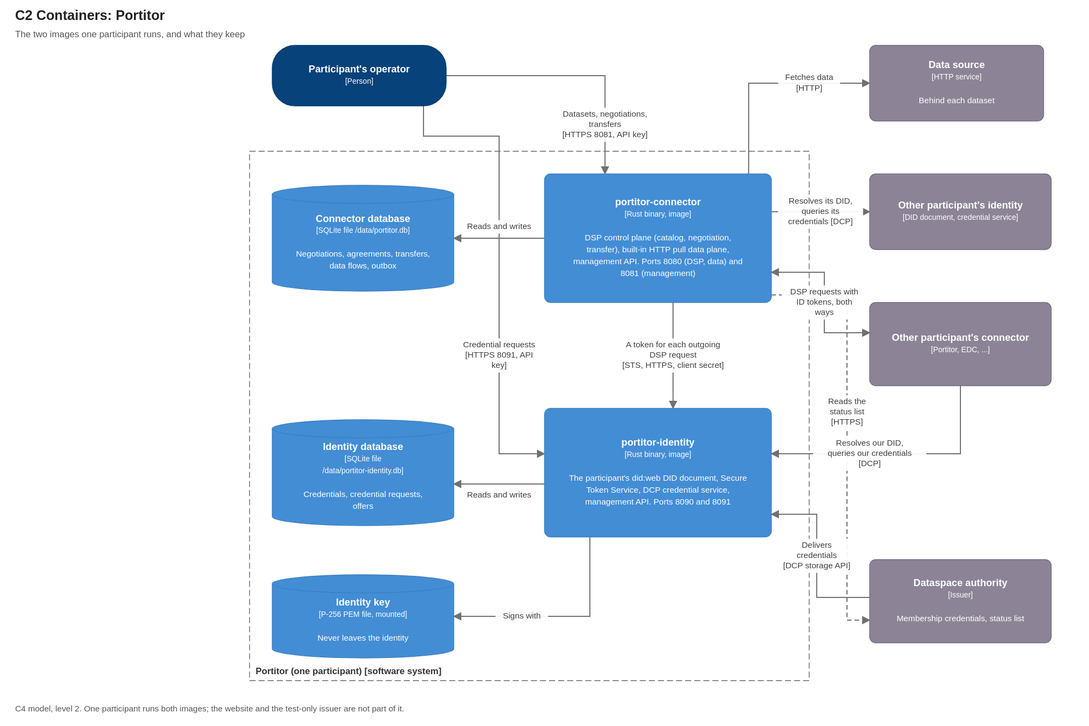
Earlier version of the draw.io export docs/diagrams/c2-containers.drawio.svg (brunopacheco1/ldsc). Source tidied: cells renumbered, new cells last; positions are measured from the earlier drawing's top-left corner, leaving out a move shared by most shapes. Its diagram source:
```xml
<mxGraphModel background="#FFFFFF">
  <root>
    <mxCell id="0" />
    <mxCell id="1" parent="0" />
    <mxCell id="2" value="Portitor (one participant)  [software system]" style="rounded=0;whiteSpace=wrap;html=1;fillColor=none;dashed=1;dashPattern=8 4;strokeColor=#666666;fontColor=#333333;align=left;verticalAlign=bottom;spacingLeft=8;spacingBottom=4;fontSize=12;fontStyle=1;" parent="1" vertex="1">
      <mxGeometry x="310" y="140" width="740" height="700" as="geometry" />
    </mxCell>
    <mxCell id="3" value="&lt;b&gt;Participant&amp;#x27;s operator&lt;/b&gt;&lt;br&gt;&lt;font style=&quot;font-size:10px&quot;&gt;[Person]&lt;/font&gt;" style="rounded=1;arcSize=30;whiteSpace=wrap;html=1;fillColor=#08427B;strokeColor=#073B6F;fontColor=#FFFFFF;fontSize=13;align=center;verticalAlign=middle;c4Kind=person;c4Name=Participant's operator;" parent="1" vertex="1">
      <mxGeometry x="340" width="230" height="80" as="geometry" />
    </mxCell>
    <mxCell id="4" value="&lt;b&gt;Data source&lt;/b&gt;&lt;br&gt;&lt;font style=&quot;font-size:10px&quot;&gt;[HTTP service]&lt;/font&gt;&lt;br&gt;&lt;br&gt;&lt;font style=&quot;font-size:11px&quot;&gt;Behind each dataset&lt;/font&gt;" style="rounded=1;arcSize=8;whiteSpace=wrap;html=1;fillColor=#8C8496;strokeColor=#736782;fontColor=#FFFFFF;fontSize=13;align=center;verticalAlign=middle;c4Kind=external;c4Name=Data source;" parent="1" vertex="1">
      <mxGeometry x="1130" width="230" height="100" as="geometry" />
    </mxCell>
    <mxCell id="5" value="&lt;b&gt;portitor-connector&lt;/b&gt;&lt;br&gt;&lt;font style=&quot;font-size:10px&quot;&gt;[Rust binary, image]&lt;/font&gt;&lt;br&gt;&lt;br&gt;&lt;font style=&quot;font-size:11px&quot;&gt;DSP control plane (catalog, negotiation, transfer), built-in HTTP pull data plane, management API. Ports 8080 (DSP, data) and 8081 (management)&lt;/font&gt;" style="rounded=1;arcSize=8;whiteSpace=wrap;html=1;fillColor=#438DD5;strokeColor=#3C7FC0;fontColor=#FFFFFF;fontSize=13;align=center;verticalAlign=middle;c4Kind=container;c4Name=portitor-connector;" parent="1" vertex="1">
      <mxGeometry x="700" y="170" width="300" height="170" as="geometry" />
    </mxCell>
    <mxCell id="6" value="&lt;b&gt;portitor-identity&lt;/b&gt;&lt;br&gt;&lt;font style=&quot;font-size:10px&quot;&gt;[Rust binary, image]&lt;/font&gt;&lt;br&gt;&lt;br&gt;&lt;font style=&quot;font-size:11px&quot;&gt;The participant&amp;#x27;s did:web DID document, Secure Token Service, DCP credential service, management API. Ports 8090 and 8091&lt;/font&gt;" style="rounded=1;arcSize=8;whiteSpace=wrap;html=1;fillColor=#438DD5;strokeColor=#3C7FC0;fontColor=#FFFFFF;fontSize=13;align=center;verticalAlign=middle;c4Kind=container;c4Name=portitor-identity;" parent="1" vertex="1">
      <mxGeometry x="700" y="480" width="300" height="170" as="geometry" />
    </mxCell>
    <mxCell id="7" value="&lt;b&gt;Connector database&lt;/b&gt;&lt;br&gt;&lt;font style=&quot;font-size:10px&quot;&gt;[SQLite file /data/portitor.db]&lt;/font&gt;&lt;br&gt;&lt;br&gt;&lt;font style=&quot;font-size:11px&quot;&gt;Negotiations, agreements, transfers, data flows, outbox&lt;/font&gt;" style="shape=cylinder3;size=12;boundedLbl=1;whiteSpace=wrap;html=1;fillColor=#438DD5;strokeColor=#3C7FC0;fontColor=#FFFFFF;fontSize=13;align=center;verticalAlign=middle;c4Kind=database;c4Name=Connector database;" parent="1" vertex="1">
      <mxGeometry x="340" y="185" width="240" height="140" as="geometry" />
    </mxCell>
    <mxCell id="8" value="&lt;b&gt;Identity database&lt;/b&gt;&lt;br&gt;&lt;font style=&quot;font-size:10px&quot;&gt;[SQLite file /data/portitor-identity.db]&lt;/font&gt;&lt;br&gt;&lt;br&gt;&lt;font style=&quot;font-size:11px&quot;&gt;Credentials, credential requests, offers&lt;/font&gt;" style="shape=cylinder3;size=12;boundedLbl=1;whiteSpace=wrap;html=1;fillColor=#438DD5;strokeColor=#3C7FC0;fontColor=#FFFFFF;fontSize=13;align=center;verticalAlign=middle;c4Kind=database;c4Name=Identity database;" parent="1" vertex="1">
      <mxGeometry x="340" y="495" width="240" height="140" as="geometry" />
    </mxCell>
    <mxCell id="9" value="&lt;b&gt;Identity key&lt;/b&gt;&lt;br&gt;&lt;font style=&quot;font-size:10px&quot;&gt;[P-256 PEM file, mounted]&lt;/font&gt;&lt;br&gt;&lt;br&gt;&lt;font style=&quot;font-size:11px&quot;&gt;Never leaves the identity&lt;/font&gt;" style="shape=cylinder3;size=12;boundedLbl=1;whiteSpace=wrap;html=1;fillColor=#438DD5;strokeColor=#3C7FC0;fontColor=#FFFFFF;fontSize=13;align=center;verticalAlign=middle;c4Kind=database;c4Name=Identity key;" parent="1" vertex="1">
      <mxGeometry x="340" y="700" width="240" height="110" as="geometry" />
    </mxCell>
    <mxCell id="10" value="&lt;b&gt;Other participant&amp;#x27;s identity&lt;/b&gt;&lt;br&gt;&lt;font style=&quot;font-size:10px&quot;&gt;[DID document, credential service]&lt;/font&gt;" style="rounded=1;arcSize=8;whiteSpace=wrap;html=1;fillColor=#8C8496;strokeColor=#736782;fontColor=#FFFFFF;fontSize=13;align=center;verticalAlign=middle;c4Kind=external;c4Name=Other participant's identity;" parent="1" vertex="1">
      <mxGeometry x="1130" y="170" width="240" height="100" as="geometry" />
    </mxCell>
    <mxCell id="11" value="&lt;b&gt;Other participant&amp;#x27;s connector&lt;/b&gt;&lt;br&gt;&lt;font style=&quot;font-size:10px&quot;&gt;[Portitor, EDC, ...]&lt;/font&gt;" style="rounded=1;arcSize=8;whiteSpace=wrap;html=1;fillColor=#8C8496;strokeColor=#736782;fontColor=#FFFFFF;fontSize=13;align=center;verticalAlign=middle;c4Kind=external;c4Name=Other participant's connector;" parent="1" vertex="1">
      <mxGeometry x="1130" y="340" width="240" height="110" as="geometry" />
    </mxCell>
    <mxCell id="12" value="&lt;b&gt;Dataspace authority&lt;/b&gt;&lt;br&gt;&lt;font style=&quot;font-size:10px&quot;&gt;[Issuer]&lt;/font&gt;&lt;br&gt;&lt;br&gt;&lt;font style=&quot;font-size:11px&quot;&gt;Membership credentials, status list&lt;/font&gt;" style="rounded=1;arcSize=8;whiteSpace=wrap;html=1;fillColor=#8C8496;strokeColor=#736782;fontColor=#FFFFFF;fontSize=13;align=center;verticalAlign=middle;c4Kind=external;c4Name=Dataspace authority;" parent="1" vertex="1">
      <mxGeometry x="1130" y="680" width="240" height="110" as="geometry" />
    </mxCell>
    <mxCell id="13" value="Datasets, negotiations, transfers&#10;[HTTPS 8081, API key]" style="endArrow=blockThin;endFill=1;html=1;rounded=0;strokeColor=#707070;fontSize=11;fontColor=#404040;labelBackgroundColor=#FFFFFF;exitX=1.000;exitY=0.500;exitPerimeter=0;entryX=0.267;entryY=0.000;entryPerimeter=0;" parent="1" edge="1" source="3" target="5">
      <mxGeometry relative="1" as="geometry">
        <Array as="points">
          <mxPoint x="780" y="40" />
        </Array>
      </mxGeometry>
    </mxCell>
    <mxCell id="14" value="Credential requests&#10;[HTTPS 8091, API key]" style="endArrow=blockThin;endFill=1;html=1;rounded=0;strokeColor=#707070;fontSize=11;fontColor=#404040;labelBackgroundColor=#FFFFFF;exitX=0.870;exitY=1.000;exitPerimeter=0;entryX=0.000;entryY=0.353;entryPerimeter=0;" parent="1" edge="1" source="3" target="6">
      <mxGeometry relative="1" as="geometry">
        <Array as="points">
          <mxPoint x="540" y="120" />
          <mxPoint x="640" y="120" />
          <mxPoint x="640" y="540" />
        </Array>
      </mxGeometry>
    </mxCell>
    <mxCell id="15" value="Reads and writes" style="endArrow=blockThin;endFill=1;html=1;rounded=0;strokeColor=#707070;fontSize=11;fontColor=#404040;labelBackgroundColor=#FFFFFF;exitX=0.000;exitY=0.500;exitPerimeter=0;entryX=1.000;entryY=0.500;entryPerimeter=0;" parent="1" edge="1" source="5" target="7">
      <mxGeometry relative="1" as="geometry" />
    </mxCell>
    <mxCell id="16" value="Reads and writes" style="endArrow=blockThin;endFill=1;html=1;rounded=0;strokeColor=#707070;fontSize=11;fontColor=#404040;labelBackgroundColor=#FFFFFF;exitX=0.000;exitY=0.588;exitPerimeter=0;entryX=1.000;entryY=0.607;entryPerimeter=0;" parent="1" edge="1" source="6" target="8">
      <mxGeometry relative="1" as="geometry" />
    </mxCell>
    <mxCell id="17" value="Signs with" style="endArrow=blockThin;endFill=1;html=1;rounded=0;strokeColor=#707070;fontSize=11;fontColor=#404040;labelBackgroundColor=#FFFFFF;exitX=0.200;exitY=1.000;exitPerimeter=0;entryX=1.000;entryY=0.500;entryPerimeter=0;" parent="1" edge="1" source="6" target="9">
      <mxGeometry relative="1" as="geometry">
        <Array as="points">
          <mxPoint x="760" y="755" />
        </Array>
      </mxGeometry>
    </mxCell>
    <mxCell id="18" value="A token for each outgoing DSP request&#10;[STS, HTTPS, client secret]" style="endArrow=blockThin;endFill=1;html=1;rounded=0;strokeColor=#707070;fontSize=11;fontColor=#404040;labelBackgroundColor=#FFFFFF;exitX=0.567;exitY=1.000;exitPerimeter=0;entryX=0.567;entryY=0.000;entryPerimeter=0;" parent="1" edge="1" source="5" target="6">
      <mxGeometry relative="1" as="geometry" />
    </mxCell>
    <mxCell id="19" value="Fetches data&#10;[HTTP]" style="endArrow=blockThin;endFill=1;html=1;rounded=0;strokeColor=#707070;fontSize=11;fontColor=#404040;labelBackgroundColor=#FFFFFF;exitX=0.900;exitY=0.000;exitPerimeter=0;entryX=0.000;entryY=0.500;entryPerimeter=0;" parent="1" edge="1" source="5" target="4">
      <mxGeometry relative="1" as="geometry">
        <Array as="points">
          <mxPoint x="970" y="50" />
        </Array>
      </mxGeometry>
    </mxCell>
    <mxCell id="20" value="Resolves its DID, queries its credentials [DCP]" style="endArrow=blockThin;endFill=1;html=1;rounded=0;strokeColor=#707070;fontSize=11;fontColor=#404040;labelBackgroundColor=#FFFFFF;exitX=1.000;exitY=0.294;exitPerimeter=0;entryX=0.000;entryY=0.500;entryPerimeter=0;" parent="1" edge="1" source="5" target="10">
      <mxGeometry relative="1" as="geometry" />
    </mxCell>
    <mxCell id="21" value="DSP requests with ID tokens, both ways" style="endArrow=blockThin;endFill=1;html=1;rounded=0;strokeColor=#707070;fontSize=11;fontColor=#404040;labelBackgroundColor=#FFFFFF;startArrow=blockThin;startFill=1;exitX=1.000;exitY=0.765;exitPerimeter=0;entryX=0.000;entryY=0.364;entryPerimeter=0;" parent="1" edge="1" source="5" target="11">
      <mxGeometry relative="1" as="geometry">
        <Array as="points">
          <mxPoint x="1070" y="300" />
          <mxPoint x="1070" y="380" />
        </Array>
      </mxGeometry>
    </mxCell>
    <mxCell id="22" value="Resolves our DID, queries our credentials [DCP]" style="endArrow=blockThin;endFill=1;html=1;rounded=0;strokeColor=#707070;fontSize=11;fontColor=#404040;labelBackgroundColor=#FFFFFF;exitX=0.500;exitY=1.000;exitPerimeter=0;entryX=1.000;entryY=0.353;entryPerimeter=0;" parent="1" edge="1" source="11" target="6">
      <mxGeometry relative="1" as="geometry">
        <Array as="points">
          <mxPoint x="1250" y="540" />
        </Array>
      </mxGeometry>
    </mxCell>
    <mxCell id="23" value="Delivers credentials&#10;[DCP storage API]" style="endArrow=blockThin;endFill=1;html=1;rounded=0;strokeColor=#707070;fontSize=11;fontColor=#404040;labelBackgroundColor=#FFFFFF;exitX=0.000;exitY=0.455;exitPerimeter=0;entryX=1.000;entryY=0.824;entryPerimeter=0;" parent="1" edge="1" source="12" target="6">
      <mxGeometry relative="1" as="geometry">
        <Array as="points">
          <mxPoint x="1060" y="730" />
          <mxPoint x="1060" y="620" />
        </Array>
      </mxGeometry>
    </mxCell>
    <mxCell id="24" value="Reads the status list [HTTPS]" style="endArrow=blockThin;endFill=1;html=1;rounded=0;strokeColor=#707070;fontSize=11;fontColor=#404040;labelBackgroundColor=#FFFFFF;dashed=1;exitX=1.000;exitY=0.941;exitPerimeter=0;entryX=0.000;entryY=0.727;entryPerimeter=0;" parent="1" edge="1" source="5" target="12">
      <mxGeometry relative="1" as="geometry">
        <Array as="points">
          <mxPoint x="1100" y="330" />
          <mxPoint x="1100" y="760" />
        </Array>
      </mxGeometry>
    </mxCell>
    <mxCell id="25" value="C4 model, level 2. One participant runs both images; the website and the test-only issuer are not part of it." style="text;html=1;align=left;verticalAlign=top;fontSize=11;fontColor=#555555;whiteSpace=wrap;" parent="1" vertex="1">
      <mxGeometry y="860" width="1400" height="40" as="geometry" />
    </mxCell>
  </root>
</mxGraphModel>
```
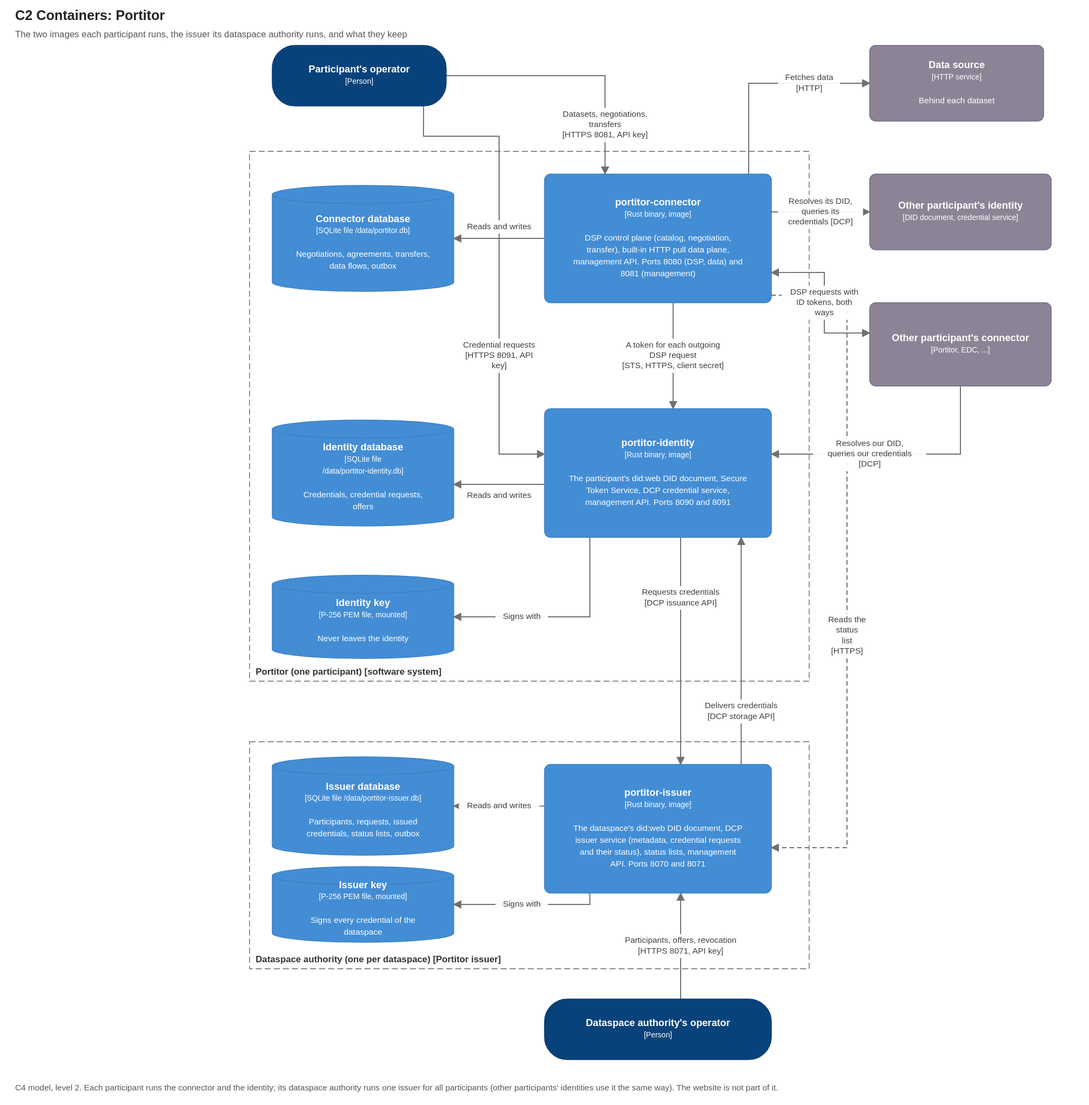
Later version of the same file.

Change to the diagram source:
```diff
@@ -32,9 +32,6 @@
     <mxCell id="11" value="&lt;b&gt;Other participant&amp;#x27;s connector&lt;/b&gt;&lt;br&gt;&lt;font style=&quot;font-size:10px&quot;&gt;[Portitor, EDC, ...]&lt;/font&gt;" style="rounded=1;arcSize=8;whiteSpace=wrap;html=1;fillColor=#8C8496;strokeColor=#736782;fontColor=#FFFFFF;fontSize=13;align=center;verticalAlign=middle;c4Kind=external;c4Name=Other participant's connector;" parent="1" vertex="1">
       <mxGeometry x="1130" y="340" width="240" height="110" as="geometry" />
     </mxCell>
-    <mxCell id="12" value="&lt;b&gt;Dataspace authority&lt;/b&gt;&lt;br&gt;&lt;font style=&quot;font-size:10px&quot;&gt;[Issuer]&lt;/font&gt;&lt;br&gt;&lt;br&gt;&lt;font style=&quot;font-size:11px&quot;&gt;Membership credentials, status list&lt;/font&gt;" style="rounded=1;arcSize=8;whiteSpace=wrap;html=1;fillColor=#8C8496;strokeColor=#736782;fontColor=#FFFFFF;fontSize=13;align=center;verticalAlign=middle;c4Kind=external;c4Name=Dataspace authority;" parent="1" vertex="1">
-      <mxGeometry x="1130" y="680" width="240" height="110" as="geometry" />
-    </mxCell>
     <mxCell id="13" value="Datasets, negotiations, transfers&#10;[HTTPS 8081, API key]" style="endArrow=blockThin;endFill=1;html=1;rounded=0;strokeColor=#707070;fontSize=11;fontColor=#404040;labelBackgroundColor=#FFFFFF;exitX=1.000;exitY=0.500;exitPerimeter=0;entryX=0.267;entryY=0.000;entryPerimeter=0;" parent="1" edge="1" source="3" target="5">
       <mxGeometry relative="1" as="geometry">
         <Array as="points">
@@ -92,24 +89,50 @@
         </Array>
       </mxGeometry>
     </mxCell>
+    <mxCell id="26" value="Dataspace authority (one per dataspace)  [Portitor issuer]" style="rounded=0;whiteSpace=wrap;html=1;fillColor=none;dashed=1;dashPattern=8 4;strokeColor=#666666;fontColor=#333333;align=left;verticalAlign=bottom;spacingLeft=8;spacingBottom=4;fontSize=12;fontStyle=1;" parent="1" vertex="1">
+      <mxGeometry x="310" y="920" width="740" height="300" as="geometry" />
+    </mxCell>
+    <mxCell id="27" value="&lt;b&gt;portitor-issuer&lt;/b&gt;&lt;br&gt;&lt;font style=&quot;font-size:10px&quot;&gt;[Rust binary, image]&lt;/font&gt;&lt;br&gt;&lt;br&gt;&lt;font style=&quot;font-size:11px&quot;&gt;The dataspace&amp;#x27;s did:web DID document, DCP issuer service (metadata, credential requests and their status), status lists, management API. Ports 8070 and 8071&lt;/font&gt;" style="rounded=1;arcSize=8;whiteSpace=wrap;html=1;fillColor=#438DD5;strokeColor=#3C7FC0;fontColor=#FFFFFF;fontSize=13;align=center;verticalAlign=middle;c4Kind=container;c4Name=portitor-issuer;" parent="1" vertex="1">
+      <mxGeometry x="700" y="950" width="300" height="170" as="geometry" />
+    </mxCell>
+    <mxCell id="28" value="&lt;b&gt;Issuer database&lt;/b&gt;&lt;br&gt;&lt;font style=&quot;font-size:10px&quot;&gt;[SQLite file /data/portitor-issuer.db]&lt;/font&gt;&lt;br&gt;&lt;br&gt;&lt;font style=&quot;font-size:11px&quot;&gt;Participants, requests, issued credentials, status lists, outbox&lt;/font&gt;" style="shape=cylinder3;size=12;boundedLbl=1;whiteSpace=wrap;html=1;fillColor=#438DD5;strokeColor=#3C7FC0;fontColor=#FFFFFF;fontSize=13;align=center;verticalAlign=middle;c4Kind=database;c4Name=Issuer database;" parent="1" vertex="1">
+      <mxGeometry x="340" y="940" width="240" height="130" as="geometry" />
+    </mxCell>
+    <mxCell id="29" value="&lt;b&gt;Issuer key&lt;/b&gt;&lt;br&gt;&lt;font style=&quot;font-size:10px&quot;&gt;[P-256 PEM file, mounted]&lt;/font&gt;&lt;br&gt;&lt;br&gt;&lt;font style=&quot;font-size:11px&quot;&gt;Signs every credential of the dataspace&lt;/font&gt;" style="shape=cylinder3;size=12;boundedLbl=1;whiteSpace=wrap;html=1;fillColor=#438DD5;strokeColor=#3C7FC0;fontColor=#FFFFFF;fontSize=13;align=center;verticalAlign=middle;c4Kind=database;c4Name=Issuer key;" parent="1" vertex="1">
+      <mxGeometry x="340" y="1085" width="240" height="100" as="geometry" />
+    </mxCell>
+    <mxCell id="30" value="&lt;b&gt;Dataspace authority&amp;#x27;s operator&lt;/b&gt;&lt;br&gt;&lt;font style=&quot;font-size:10px&quot;&gt;[Person]&lt;/font&gt;" style="rounded=1;arcSize=30;whiteSpace=wrap;html=1;fillColor=#08427B;strokeColor=#073B6F;fontColor=#FFFFFF;fontSize=13;align=center;verticalAlign=middle;c4Kind=person;c4Name=Dataspace authority's operator;" parent="1" vertex="1">
+      <mxGeometry x="700" y="1260" width="300" height="80" as="geometry" />
+    </mxCell>
-    <mxCell id="23" value="Delivers credentials&#10;[DCP storage API]" style="endArrow=blockThin;endFill=1;html=1;rounded=0;strokeColor=#707070;fontSize=11;fontColor=#404040;labelBackgroundColor=#FFFFFF;exitX=0.000;exitY=0.455;exitPerimeter=0;entryX=1.000;entryY=0.824;entryPerimeter=0;" parent="1" edge="1" source="12" target="6">
-      <mxGeometry relative="1" as="geometry">
-        <Array as="points">
-          <mxPoint x="1060" y="730" />
-          <mxPoint x="1060" y="620" />
-        </Array>
-      </mxGeometry>
+    <mxCell id="23" value="Requests credentials&#10;[DCP issuance API]" style="endArrow=blockThin;endFill=1;html=1;rounded=0;strokeColor=#707070;fontSize=11;fontColor=#404040;labelBackgroundColor=#FFFFFF;exitX=0.600;exitY=1.000;exitPerimeter=0;entryX=0.600;entryY=0.000;entryPerimeter=0;" parent="1" edge="1" source="6" target="27">
+      <mxGeometry relative="1" as="geometry" />
     </mxCell>
-    <mxCell id="24" value="Reads the status list [HTTPS]" style="endArrow=blockThin;endFill=1;html=1;rounded=0;strokeColor=#707070;fontSize=11;fontColor=#404040;labelBackgroundColor=#FFFFFF;dashed=1;exitX=1.000;exitY=0.941;exitPerimeter=0;entryX=0.000;entryY=0.727;entryPerimeter=0;" parent="1" edge="1" source="5" target="12">
-      <mxGeometry relative="1" as="geometry">
-        <Array as="points">
-          <mxPoint x="1100" y="330" />
-          <mxPoint x="1100" y="760" />
-        </Array>
-      </mxGeometry>
+    <mxCell id="24" value="Delivers credentials&#10;[DCP storage API]" style="endArrow=blockThin;endFill=1;html=1;rounded=0;strokeColor=#707070;fontSize=11;fontColor=#404040;labelBackgroundColor=#FFFFFF;exitX=0.867;exitY=0.000;exitPerimeter=0;entryX=0.867;entryY=1.000;entryPerimeter=0;" parent="1" edge="1" source="27" target="6">
+      <mxGeometry relative="1" as="geometry" />
     </mxCell>
+    <mxCell id="31" value="Reads the status list [HTTPS]" style="endArrow=blockThin;endFill=1;html=1;rounded=0;strokeColor=#707070;fontSize=11;fontColor=#404040;labelBackgroundColor=#FFFFFF;dashed=1;exitX=1.000;exitY=0.941;exitPerimeter=0;entryX=1.000;entryY=0.647;entryPerimeter=0;" parent="1" edge="1" source="5" target="27">
+      <mxGeometry relative="1" as="geometry">
+        <Array as="points">
+          <mxPoint x="1100" y="330" />
+          <mxPoint x="1100" y="1060" />
+        </Array>
+      </mxGeometry>
+    </mxCell>
+    <mxCell id="32" value="Reads and writes" style="endArrow=blockThin;endFill=1;html=1;rounded=0;strokeColor=#707070;fontSize=11;fontColor=#404040;labelBackgroundColor=#FFFFFF;exitX=0.000;exitY=0.324;exitPerimeter=0;entryX=1.000;entryY=0.500;entryPerimeter=0;" parent="1" edge="1" source="27" target="28">
+      <mxGeometry relative="1" as="geometry" />
+    </mxCell>
+    <mxCell id="33" value="Signs with" style="endArrow=blockThin;endFill=1;html=1;rounded=0;strokeColor=#707070;fontSize=11;fontColor=#404040;labelBackgroundColor=#FFFFFF;exitX=0.200;exitY=1.000;exitPerimeter=0;entryX=1.000;entryY=0.500;entryPerimeter=0;" parent="1" edge="1" source="27" target="29">
+      <mxGeometry relative="1" as="geometry">
+        <Array as="points">
+          <mxPoint x="760" y="1135" />
+        </Array>
+      </mxGeometry>
+    </mxCell>
+    <mxCell id="34" value="Participants, offers, revocation&#10;[HTTPS 8071, API key]" style="endArrow=blockThin;endFill=1;html=1;rounded=0;strokeColor=#707070;fontSize=11;fontColor=#404040;labelBackgroundColor=#FFFFFF;exitX=0.600;exitY=0.000;exitPerimeter=0;entryX=0.600;entryY=1.000;entryPerimeter=0;" parent="1" edge="1" source="30" target="27">
+      <mxGeometry relative="1" as="geometry" />
+    </mxCell>
-    <mxCell id="25" value="C4 model, level 2. One participant runs both images; the website and the test-only issuer are not part of it." style="text;html=1;align=left;verticalAlign=top;fontSize=11;fontColor=#555555;whiteSpace=wrap;" parent="1" vertex="1">
-      <mxGeometry y="860" width="1400" height="40" as="geometry" />
+    <mxCell id="25" value="C4 model, level 2. Each participant runs the connector and the identity; its dataspace authority runs one issuer for all participants (other participants' identities use it the same way). The website is not part of it." style="text;html=1;align=left;verticalAlign=top;fontSize=11;fontColor=#555555;whiteSpace=wrap;" parent="1" vertex="1">
+      <mxGeometry y="1360" width="1400" height="40" as="geometry" />
     </mxCell>
   </root>
 </mxGraphModel>
```
